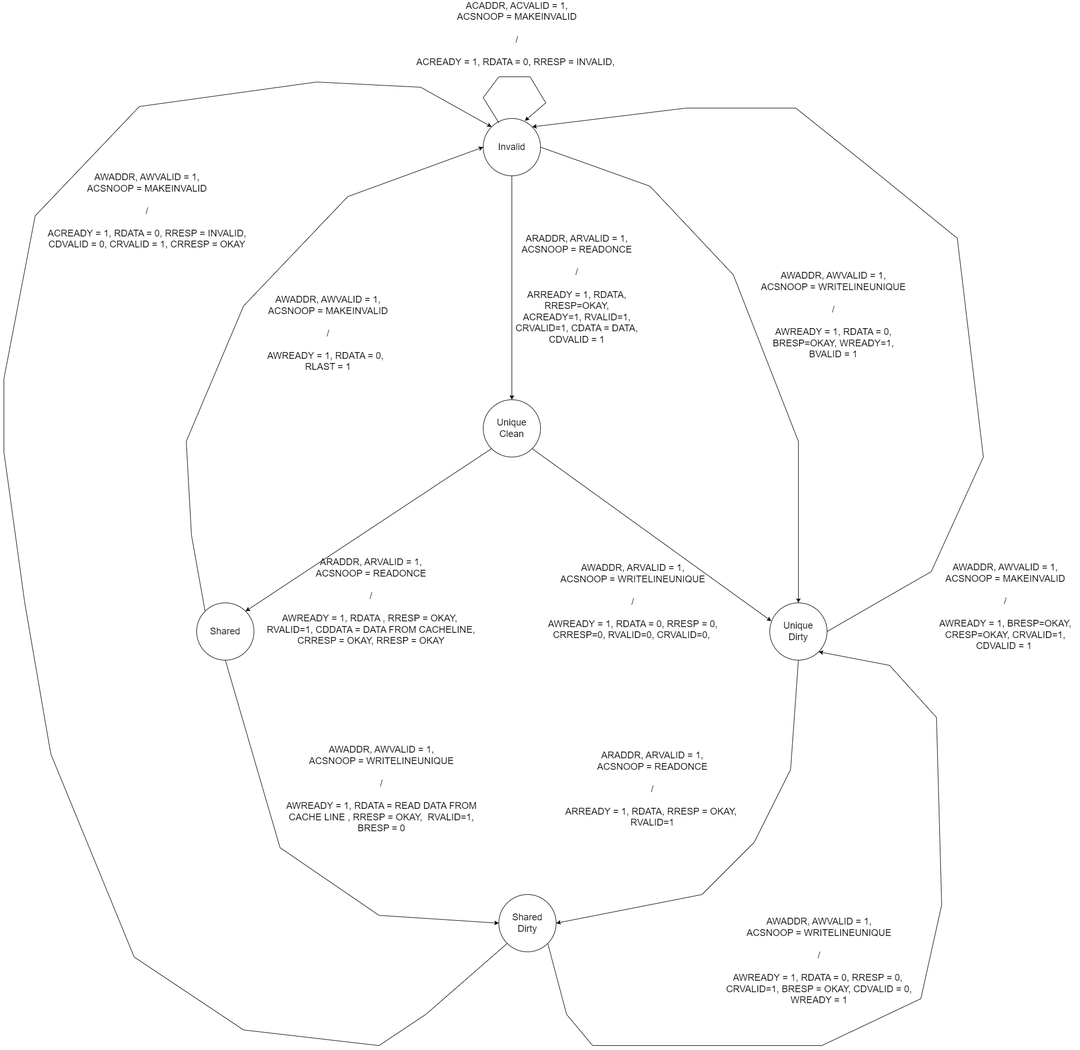
This is docs/ACE Controller.png from Hamzaweb49/cache-core, a draw.io export, as it was before one commit. Source tidied: cells renumbered, new cells last; positions are measured from the earlier drawing's top-left corner, leaving out a move shared by most shapes. Source of this version:
```xml
<mxGraphModel background="#FFFFFF">
  <root>
    <mxCell id="0" />
    <mxCell id="1" parent="0" />
    <mxCell id="2" style="ellipse;whiteSpace=wrap;html=1;" parent="1" vertex="1">
      <mxGeometry x="920" y="180" width="110" height="110" as="geometry" />
    </mxCell>
    <mxCell id="3" style="ellipse;whiteSpace=wrap;html=1;" parent="1" vertex="1">
      <mxGeometry x="920" y="720" width="110" height="110" as="geometry" />
    </mxCell>
    <mxCell id="4" style="ellipse;whiteSpace=wrap;html=1;" parent="1" vertex="1">
      <mxGeometry x="1470" y="1110" width="110" height="110" as="geometry" />
    </mxCell>
    <mxCell id="5" style="ellipse;whiteSpace=wrap;html=1;" parent="1" vertex="1">
      <mxGeometry x="370" y="1110" width="110" height="110" as="geometry" />
    </mxCell>
    <mxCell id="6" style="ellipse;whiteSpace=wrap;html=1;" parent="1" vertex="1">
      <mxGeometry x="950" y="1670" width="110" height="110" as="geometry" />
    </mxCell>
    <mxCell id="7" value="&lt;font style=&quot;font-size: 18px;&quot;&gt;Invalid&lt;/font&gt;" style="text;html=1;align=center;verticalAlign=middle;whiteSpace=wrap;rounded=0;" parent="1" vertex="1">
      <mxGeometry x="945" y="220" width="60" height="30" as="geometry" />
    </mxCell>
    <mxCell id="8" value="&lt;font style=&quot;font-size: 18px;&quot;&gt;Unique&lt;/font&gt;&lt;div&gt;&lt;font style=&quot;font-size: 18px;&quot;&gt;Clean&lt;/font&gt;&lt;/div&gt;" style="text;html=1;align=center;verticalAlign=middle;whiteSpace=wrap;rounded=0;" parent="1" vertex="1">
      <mxGeometry x="945" y="760" width="60" height="30" as="geometry" />
    </mxCell>
    <mxCell id="9" value="&lt;font style=&quot;font-size: 18px;&quot;&gt;Unique Dirty&lt;/font&gt;" style="text;html=1;align=center;verticalAlign=middle;whiteSpace=wrap;rounded=0;" parent="1" vertex="1">
      <mxGeometry x="1495" y="1150" width="60" height="30" as="geometry" />
    </mxCell>
    <mxCell id="10" value="&lt;font style=&quot;font-size: 18px;&quot;&gt;Shared&lt;/font&gt;" style="text;html=1;align=center;verticalAlign=middle;whiteSpace=wrap;rounded=0;" parent="1" vertex="1">
      <mxGeometry x="395" y="1150" width="60" height="30" as="geometry" />
    </mxCell>
    <mxCell id="11" value="&lt;font style=&quot;font-size: 18px;&quot;&gt;Shared&lt;/font&gt;&lt;div&gt;&lt;font style=&quot;font-size: 18px;&quot;&gt;Dirty&lt;/font&gt;&lt;/div&gt;" style="text;html=1;align=center;verticalAlign=middle;whiteSpace=wrap;rounded=0;" parent="1" vertex="1">
      <mxGeometry x="975" y="1710" width="60" height="30" as="geometry" />
    </mxCell>
    <mxCell id="12" style="endArrow=classic;html=1;rounded=0;exitX=0.5;exitY=1;exitDx=0;exitDy=0;entryX=0.5;entryY=0;entryDx=0;entryDy=0;" parent="1" edge="1" source="2" target="3">
      <mxGeometry relative="1" as="geometry" />
    </mxCell>
    <mxCell id="13" value="&lt;font style=&quot;font-size: 18px;&quot;&gt;ARADDR, ARVALID = 1,&lt;/font&gt;&lt;div&gt;&lt;span style=&quot;font-size: 18px;&quot;&gt;ACSNOOP = READONCE&lt;/span&gt;&lt;/div&gt;&lt;div&gt;&lt;span style=&quot;font-size: 18px;&quot;&gt;&lt;br&gt;&lt;/span&gt;&lt;/div&gt;&lt;div&gt;&lt;span style=&quot;font-size: 18px;&quot;&gt;/&lt;/span&gt;&lt;/div&gt;&lt;div&gt;&lt;span style=&quot;font-size: 18px;&quot;&gt;&lt;br&gt;&lt;/span&gt;&lt;/div&gt;&lt;div&gt;&lt;span style=&quot;font-size: 18px;&quot;&gt;ARREADY = 1, RDATA, RRESP=OKAY, ACREADY=1, RVALID=1, CRVALID=1, CDATA = DATA, CDVALID = 1&lt;/span&gt;&lt;/div&gt;" style="text;html=1;align=center;verticalAlign=middle;whiteSpace=wrap;rounded=0;" parent="1" vertex="1">
      <mxGeometry x="980" y="490" width="240" height="35" as="geometry" />
    </mxCell>
    <mxCell id="14" value="&lt;font style=&quot;font-size: 18px;&quot;&gt;AWADDR, AWVALID = 1,&lt;/font&gt;&lt;div&gt;&lt;span style=&quot;font-size: 18px;&quot;&gt;ACSNOOP = WRITELINEUNIQUE&lt;/span&gt;&lt;/div&gt;&lt;div&gt;&lt;span style=&quot;font-size: 18px;&quot;&gt;&lt;br&gt;&lt;/span&gt;&lt;/div&gt;&lt;div&gt;&lt;span style=&quot;font-size: 18px;&quot;&gt;/&lt;/span&gt;&lt;/div&gt;&lt;div&gt;&lt;span style=&quot;font-size: 18px;&quot;&gt;&lt;br&gt;&lt;/span&gt;&lt;/div&gt;&lt;div&gt;&lt;span style=&quot;font-size: 18px;&quot;&gt;AWREADY = 1, RDATA = 0, BRESP=OKAY, WREADY=1, BVALID = 1&lt;/span&gt;&lt;/div&gt;" style="text;html=1;align=center;verticalAlign=middle;whiteSpace=wrap;rounded=0;" parent="1" vertex="1">
      <mxGeometry x="1450" y="540" width="285" height="35" as="geometry" />
    </mxCell>
    <mxCell id="15" style="endArrow=classic;html=1;rounded=0;exitX=1;exitY=0.5;exitDx=0;exitDy=0;entryX=0.5;entryY=0;entryDx=0;entryDy=0;" parent="1" edge="1" source="2" target="4">
      <mxGeometry relative="1" as="geometry">
        <Array as="points">
          <mxPoint x="1240" y="310" />
          <mxPoint x="1400" y="480" />
          <mxPoint x="1525" y="800" />
        </Array>
      </mxGeometry>
    </mxCell>
    <mxCell id="16" style="endArrow=classic;html=1;rounded=0;exitX=1;exitY=0.5;exitDx=0;exitDy=0;entryX=1;entryY=0;entryDx=0;entryDy=0;" parent="1" edge="1" source="4" target="2">
      <mxGeometry relative="1" as="geometry">
        <Array as="points">
          <mxPoint x="1780" y="1050" />
          <mxPoint x="1880" y="830" />
          <mxPoint x="1830" y="410" />
          <mxPoint x="1670" y="280" />
          <mxPoint x="1520" y="160" />
          <mxPoint x="1310" y="160" />
        </Array>
      </mxGeometry>
    </mxCell>
    <mxCell id="17" value="&lt;font style=&quot;font-size: 18px;&quot;&gt;AWADDR, AWVALID = 1,&lt;/font&gt;&lt;div&gt;&lt;span style=&quot;font-size: 18px;&quot;&gt;ACSNOOP = MAKEINVALID&lt;/span&gt;&lt;/div&gt;&lt;div&gt;&lt;span style=&quot;font-size: 18px;&quot;&gt;&lt;br&gt;&lt;/span&gt;&lt;/div&gt;&lt;div&gt;&lt;span style=&quot;font-size: 18px;&quot;&gt;/&lt;/span&gt;&lt;/div&gt;&lt;div&gt;&lt;span style=&quot;font-size: 18px;&quot;&gt;&lt;br&gt;&lt;/span&gt;&lt;/div&gt;&lt;div&gt;&lt;span style=&quot;font-size: 18px;&quot;&gt;AWREADY = 1, BRESP=OKAY, C&lt;/span&gt;&lt;span style=&quot;font-size: 18px; background-color: initial;&quot;&gt;RESP=OKAY,&lt;/span&gt;&lt;span style=&quot;font-size: 18px; background-color: initial;&quot;&gt;&amp;nbsp;CRVALID&lt;/span&gt;&lt;span style=&quot;background-color: initial; font-size: 18px;&quot;&gt;=1, CDVALID = 1&amp;nbsp;&lt;/span&gt;&lt;/div&gt;" style="text;html=1;align=center;verticalAlign=middle;whiteSpace=wrap;rounded=0;" parent="1" vertex="1">
      <mxGeometry x="1780" y="1100" width="285" height="35" as="geometry" />
    </mxCell>
    <mxCell id="18" style="endArrow=classic;html=1;rounded=0;entryX=0.027;entryY=0.318;entryDx=0;entryDy=0;entryPerimeter=0;exitX=1;exitY=1;exitDx=0;exitDy=0;" parent="1" edge="1" source="3" target="4">
      <mxGeometry relative="1" as="geometry" />
    </mxCell>
    <mxCell id="19" value="&lt;font style=&quot;font-size: 18px;&quot;&gt;AWADDR, ARVALID = 1,&lt;/font&gt;&lt;div&gt;&lt;span style=&quot;font-size: 18px;&quot;&gt;ACSNOOP = WRITELINEUNIQUE&lt;/span&gt;&lt;/div&gt;&lt;div&gt;&lt;span style=&quot;font-size: 18px;&quot;&gt;&lt;br&gt;&lt;/span&gt;&lt;/div&gt;&lt;div&gt;&lt;span style=&quot;font-size: 18px;&quot;&gt;/&lt;/span&gt;&lt;/div&gt;&lt;div&gt;&lt;span style=&quot;font-size: 18px;&quot;&gt;&lt;br&gt;&lt;/span&gt;&lt;/div&gt;&lt;div&gt;&lt;span style=&quot;font-size: 18px;&quot;&gt;AWREADY = 1, RDATA = 0, RRESP = 0, CRRESP=0, RVALID=0, CRVALID=0,&amp;nbsp;&lt;/span&gt;&lt;/div&gt;" style="text;html=1;align=center;verticalAlign=middle;whiteSpace=wrap;rounded=0;" parent="1" vertex="1">
      <mxGeometry x="1035" y="1090" width="345" height="35" as="geometry" />
    </mxCell>
    <mxCell id="20" style="endArrow=classic;html=1;rounded=0;exitX=0;exitY=1;exitDx=0;exitDy=0;entryX=1;entryY=0;entryDx=0;entryDy=0;" parent="1" edge="1" source="3" target="5">
      <mxGeometry relative="1" as="geometry" />
    </mxCell>
    <mxCell id="21" value="&lt;font style=&quot;font-size: 18px;&quot;&gt;ARADDR, ARVALID = 1,&lt;/font&gt;&lt;div&gt;&lt;span style=&quot;font-size: 18px;&quot;&gt;ACSNOOP = READONCE&lt;/span&gt;&lt;/div&gt;&lt;div&gt;&lt;span style=&quot;font-size: 18px;&quot;&gt;&lt;br&gt;&lt;/span&gt;&lt;/div&gt;&lt;div&gt;&lt;span style=&quot;font-size: 18px;&quot;&gt;/&lt;/span&gt;&lt;/div&gt;&lt;div&gt;&lt;span style=&quot;font-size: 18px;&quot;&gt;&lt;br&gt;&lt;/span&gt;&lt;/div&gt;&lt;div&gt;&lt;span style=&quot;font-size: 18px;&quot;&gt;AWREADY = 1, RDATA , RRESP = OKAY,&amp;nbsp; RVALID=1, CDDATA = DATA FROM CACHELINE, CRRESP = OKAY, RRESP = OKAY&lt;/span&gt;&lt;/div&gt;" style="text;html=1;align=center;verticalAlign=middle;whiteSpace=wrap;rounded=0;" parent="1" vertex="1">
      <mxGeometry x="500" y="1090" width="410" height="35" as="geometry" />
    </mxCell>
    <mxCell id="22" style="endArrow=classic;html=1;rounded=0;entryX=0;entryY=0.5;entryDx=0;entryDy=0;exitX=0;exitY=0;exitDx=0;exitDy=0;" parent="1" edge="1" source="5" target="2">
      <mxGeometry relative="1" as="geometry">
        <Array as="points">
          <mxPoint x="360" y="980" />
          <mxPoint x="350" y="800" />
          <mxPoint x="460" y="540" />
          <mxPoint x="660" y="330" />
        </Array>
      </mxGeometry>
    </mxCell>
    <mxCell id="23" value="&lt;font style=&quot;font-size: 18px;&quot;&gt;AWADDR, AWVALID = 1,&lt;/font&gt;&lt;div&gt;&lt;span style=&quot;font-size: 18px;&quot;&gt;ACSNOOP = MAKEINVALID&lt;/span&gt;&lt;/div&gt;&lt;div&gt;&lt;span style=&quot;font-size: 18px;&quot;&gt;&lt;br&gt;&lt;/span&gt;&lt;/div&gt;&lt;div&gt;&lt;span style=&quot;font-size: 18px;&quot;&gt;/&lt;/span&gt;&lt;/div&gt;&lt;div&gt;&lt;span style=&quot;font-size: 18px;&quot;&gt;&lt;br&gt;&lt;/span&gt;&lt;/div&gt;&lt;div&gt;&lt;span style=&quot;font-size: 18px;&quot;&gt;AWREADY = 1, RDATA = 0,&amp;nbsp;&amp;nbsp;&lt;/span&gt;&lt;/div&gt;&lt;div&gt;&lt;span style=&quot;font-size: 18px;&quot;&gt;RLAST = 1&lt;/span&gt;&lt;/div&gt;" style="text;html=1;align=center;verticalAlign=middle;whiteSpace=wrap;rounded=0;" parent="1" vertex="1">
      <mxGeometry x="480" y="575" width="285" height="35" as="geometry" />
    </mxCell>
    <mxCell id="24" style="endArrow=classic;html=1;rounded=0;exitX=0.5;exitY=1;exitDx=0;exitDy=0;entryX=0;entryY=0.5;entryDx=0;entryDy=0;" parent="1" edge="1" source="5" target="6">
      <mxGeometry relative="1" as="geometry">
        <Array as="points">
          <mxPoint x="530" y="1580" />
          <mxPoint x="720" y="1710" />
        </Array>
      </mxGeometry>
    </mxCell>
    <mxCell id="25" style="endArrow=classic;html=1;rounded=0;exitX=0.5;exitY=1;exitDx=0;exitDy=0;entryX=1;entryY=0.5;entryDx=0;entryDy=0;" parent="1" edge="1" source="4" target="6">
      <mxGeometry relative="1" as="geometry">
        <Array as="points">
          <mxPoint x="1510" y="1430" />
          <mxPoint x="1440" y="1570" />
          <mxPoint x="1340" y="1670" />
        </Array>
      </mxGeometry>
    </mxCell>
    <mxCell id="26" style="endArrow=classic;html=1;rounded=0;exitX=1;exitY=1;exitDx=0;exitDy=0;entryX=1;entryY=1;entryDx=0;entryDy=0;" parent="1" edge="1" source="6" target="4">
      <mxGeometry relative="1" as="geometry">
        <Array as="points">
          <mxPoint x="1080" y="1900" />
          <mxPoint x="1130" y="1960" />
          <mxPoint x="1570" y="1960" />
          <mxPoint x="1760" y="1870" />
          <mxPoint x="1800" y="1690" />
          <mxPoint x="1790" y="1330" />
          <mxPoint x="1700" y="1230" />
        </Array>
      </mxGeometry>
    </mxCell>
    <mxCell id="27" style="endArrow=classic;html=1;rounded=0;entryX=0;entryY=0;entryDx=0;entryDy=0;exitX=0;exitY=1;exitDx=0;exitDy=0;" parent="1" edge="1" source="6" target="2">
      <mxGeometry relative="1" as="geometry">
        <Array as="points">
          <mxPoint x="810" y="1900" />
          <mxPoint x="720" y="1960" />
          <mxPoint x="460" y="1930" />
          <mxPoint x="250" y="1790" />
          <mxPoint x="90" y="1400" />
          <mxPoint x="40" y="1110" />
          <mxPoint y="820" />
          <mxPoint y="680" />
          <mxPoint x="60" y="367" />
          <mxPoint x="260" y="157" />
          <mxPoint x="600" y="110" />
          <mxPoint x="800" y="120" />
        </Array>
      </mxGeometry>
    </mxCell>
    <mxCell id="28" value="&lt;font style=&quot;font-size: 18px;&quot;&gt;AWADDR, AWVALID = 1,&lt;/font&gt;&lt;div&gt;&lt;span style=&quot;font-size: 18px;&quot;&gt;ACSNOOP = WRITELINEUNIQUE&lt;/span&gt;&lt;/div&gt;&lt;div&gt;&lt;span style=&quot;font-size: 18px;&quot;&gt;&lt;br&gt;&lt;/span&gt;&lt;/div&gt;&lt;div&gt;&lt;span style=&quot;font-size: 18px;&quot;&gt;/&lt;/span&gt;&lt;/div&gt;&lt;div&gt;&lt;span style=&quot;font-size: 18px;&quot;&gt;&lt;br&gt;&lt;/span&gt;&lt;/div&gt;&lt;div&gt;&lt;span style=&quot;font-size: 18px;&quot;&gt;AWREADY = 1, RDATA = READ DATA FROM CACHE LINE , RRESP = OKAY,&amp;nbsp; RVALID=1, BRESP = 0&lt;/span&gt;&lt;/div&gt;" style="text;html=1;align=center;verticalAlign=middle;whiteSpace=wrap;rounded=0;" parent="1" vertex="1">
      <mxGeometry x="520" y="1450" width="410" height="35" as="geometry" />
    </mxCell>
    <mxCell id="29" value="&lt;font style=&quot;font-size: 18px;&quot;&gt;ARADDR, ARVALID = 1,&lt;/font&gt;&lt;div&gt;&lt;span style=&quot;font-size: 18px;&quot;&gt;ACSNOOP = READONCE&lt;/span&gt;&lt;/div&gt;&lt;div&gt;&lt;span style=&quot;font-size: 18px;&quot;&gt;&lt;br&gt;&lt;/span&gt;&lt;/div&gt;&lt;div&gt;&lt;span style=&quot;font-size: 18px;&quot;&gt;/&lt;/span&gt;&lt;/div&gt;&lt;div&gt;&lt;span style=&quot;font-size: 18px;&quot;&gt;&lt;br&gt;&lt;/span&gt;&lt;/div&gt;&lt;div&gt;&lt;span style=&quot;font-size: 18px;&quot;&gt;ARREADY = 1, RDATA, RRESP = OKAY,&amp;nbsp; RVALID=1&lt;/span&gt;&lt;/div&gt;" style="text;html=1;align=center;verticalAlign=middle;whiteSpace=wrap;rounded=0;" parent="1" vertex="1">
      <mxGeometry x="1040" y="1450" width="410" height="35" as="geometry" />
    </mxCell>
    <mxCell id="30" value="&lt;font style=&quot;font-size: 18px;&quot;&gt;AWADDR, AWVALID = 1,&lt;/font&gt;&lt;div&gt;&lt;span style=&quot;font-size: 18px;&quot;&gt;ACSNOOP = WRITELINEUNIQUE&lt;/span&gt;&lt;/div&gt;&lt;div&gt;&lt;span style=&quot;font-size: 18px;&quot;&gt;&lt;br&gt;&lt;/span&gt;&lt;/div&gt;&lt;div&gt;&lt;span style=&quot;font-size: 18px;&quot;&gt;/&lt;/span&gt;&lt;/div&gt;&lt;div&gt;&lt;span style=&quot;font-size: 18px;&quot;&gt;&lt;br&gt;&lt;/span&gt;&lt;/div&gt;&lt;div&gt;&lt;span style=&quot;font-size: 18px;&quot;&gt;AWREADY = 1, RDATA = 0, RRESP = 0,&amp;nbsp; CRVALID=1, BRESP = OKAY, CDVALID = 0, WREADY = 1&lt;/span&gt;&lt;/div&gt;" style="text;html=1;align=center;verticalAlign=middle;whiteSpace=wrap;rounded=0;" parent="1" vertex="1">
      <mxGeometry x="1360" y="1780" width="410" height="35" as="geometry" />
    </mxCell>
    <mxCell id="31" value="&lt;font style=&quot;font-size: 18px;&quot;&gt;AWADDR, AWVALID = 1,&lt;/font&gt;&lt;div&gt;&lt;span style=&quot;font-size: 18px;&quot;&gt;ACSNOOP = MAKEINVALID&lt;/span&gt;&lt;/div&gt;&lt;div&gt;&lt;span style=&quot;font-size: 18px;&quot;&gt;&lt;br&gt;&lt;/span&gt;&lt;/div&gt;&lt;div&gt;&lt;span style=&quot;font-size: 18px;&quot;&gt;/&lt;/span&gt;&lt;/div&gt;&lt;div&gt;&lt;span style=&quot;font-size: 18px;&quot;&gt;&lt;br&gt;&lt;/span&gt;&lt;/div&gt;&lt;div&gt;&lt;span style=&quot;font-size: 18px;&quot;&gt;ACREADY = 1, RDATA = 0, RRESP = INVALID, CDVALID = 0, CRVALID = 1, CRRESP = OKAY&lt;/span&gt;&lt;/div&gt;" style="text;html=1;align=center;verticalAlign=middle;whiteSpace=wrap;rounded=0;" parent="1" vertex="1">
      <mxGeometry x="70" y="340" width="410" height="35" as="geometry" />
    </mxCell>
    <mxCell id="32" style="endArrow=classic;html=1;rounded=0;exitX=0.273;exitY=0.075;exitDx=0;exitDy=0;exitPerimeter=0;entryX=0.727;entryY=0.041;entryDx=0;entryDy=0;entryPerimeter=0;" parent="1" edge="1" source="2" target="2">
      <mxGeometry relative="1" as="geometry">
        <Array as="points">
          <mxPoint x="920" y="140" />
          <mxPoint x="950" y="100" />
          <mxPoint x="1010" y="100" />
          <mxPoint x="1040" y="150" />
        </Array>
      </mxGeometry>
    </mxCell>
    <mxCell id="33" value="&lt;font style=&quot;font-size: 18px;&quot;&gt;ACADDR, ACVALID = 1,&lt;/font&gt;&lt;div&gt;&lt;span style=&quot;font-size: 18px;&quot;&gt;ACSNOOP = MAKEINVALID&lt;/span&gt;&lt;/div&gt;&lt;div&gt;&lt;span style=&quot;font-size: 18px;&quot;&gt;&lt;br&gt;&lt;/span&gt;&lt;/div&gt;&lt;div&gt;&lt;span style=&quot;font-size: 18px;&quot;&gt;/&lt;/span&gt;&lt;/div&gt;&lt;div&gt;&lt;span style=&quot;font-size: 18px;&quot;&gt;&lt;br&gt;&lt;/span&gt;&lt;/div&gt;&lt;div&gt;&lt;span style=&quot;font-size: 18px;&quot;&gt;ACREADY = 1, RDATA = 0, RRESP = INVALID,&amp;nbsp;&lt;/span&gt;&lt;/div&gt;" style="text;html=1;align=center;verticalAlign=middle;whiteSpace=wrap;rounded=0;" parent="1" vertex="1">
      <mxGeometry x="780" width="410" height="35" as="geometry" />
    </mxCell>
  </root>
</mxGraphModel>
```
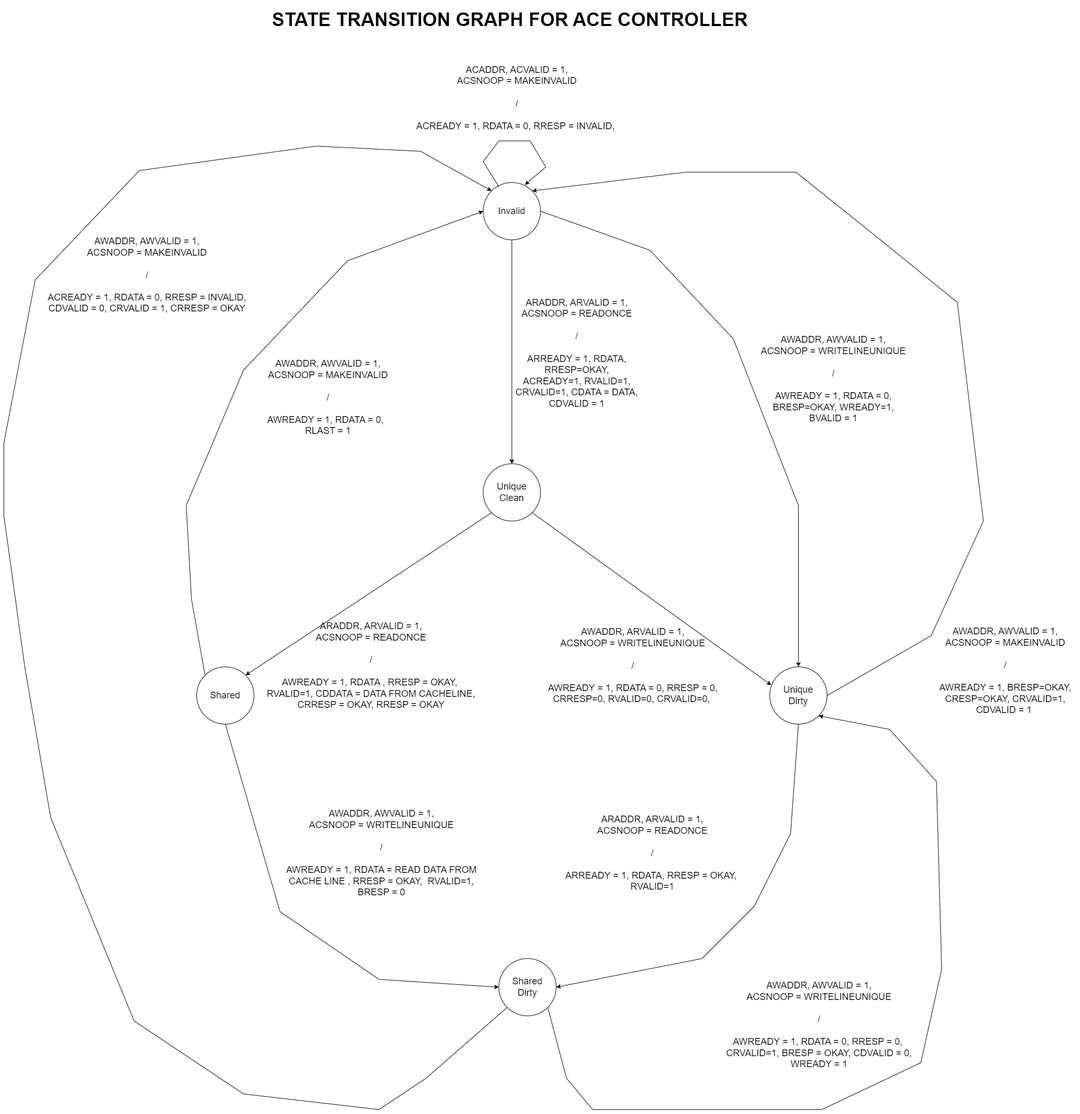
The same file after the commit.

What changed in the source:
```diff
@@ -163,5 +163,8 @@
     <mxCell id="33" value="&lt;font style=&quot;font-size: 18px;&quot;&gt;ACADDR, ACVALID = 1,&lt;/font&gt;&lt;div&gt;&lt;span style=&quot;font-size: 18px;&quot;&gt;ACSNOOP = MAKEINVALID&lt;/span&gt;&lt;/div&gt;&lt;div&gt;&lt;span style=&quot;font-size: 18px;&quot;&gt;&lt;br&gt;&lt;/span&gt;&lt;/div&gt;&lt;div&gt;&lt;span style=&quot;font-size: 18px;&quot;&gt;/&lt;/span&gt;&lt;/div&gt;&lt;div&gt;&lt;span style=&quot;font-size: 18px;&quot;&gt;&lt;br&gt;&lt;/span&gt;&lt;/div&gt;&lt;div&gt;&lt;span style=&quot;font-size: 18px;&quot;&gt;ACREADY = 1, RDATA = 0, RRESP = INVALID,&amp;nbsp;&lt;/span&gt;&lt;/div&gt;" style="text;html=1;align=center;verticalAlign=middle;whiteSpace=wrap;rounded=0;" parent="1" vertex="1">
       <mxGeometry x="780" width="410" height="35" as="geometry" />
     </mxCell>
+    <mxCell id="34" value="&lt;h1&gt;&lt;font style=&quot;font-size: 36px;&quot;&gt;STATE TRANSITION GRAPH FOR ACE CONTROLLER&lt;/font&gt;&lt;/h1&gt;" style="text;html=1;strokeColor=none;fillColor=none;spacing=5;spacingTop=-20;whiteSpace=wrap;overflow=hidden;rounded=0;" parent="1" vertex="1">
+      <mxGeometry x="510" y="-160" width="940" height="50" as="geometry" />
+    </mxCell>
   </root>
 </mxGraphModel>
```
